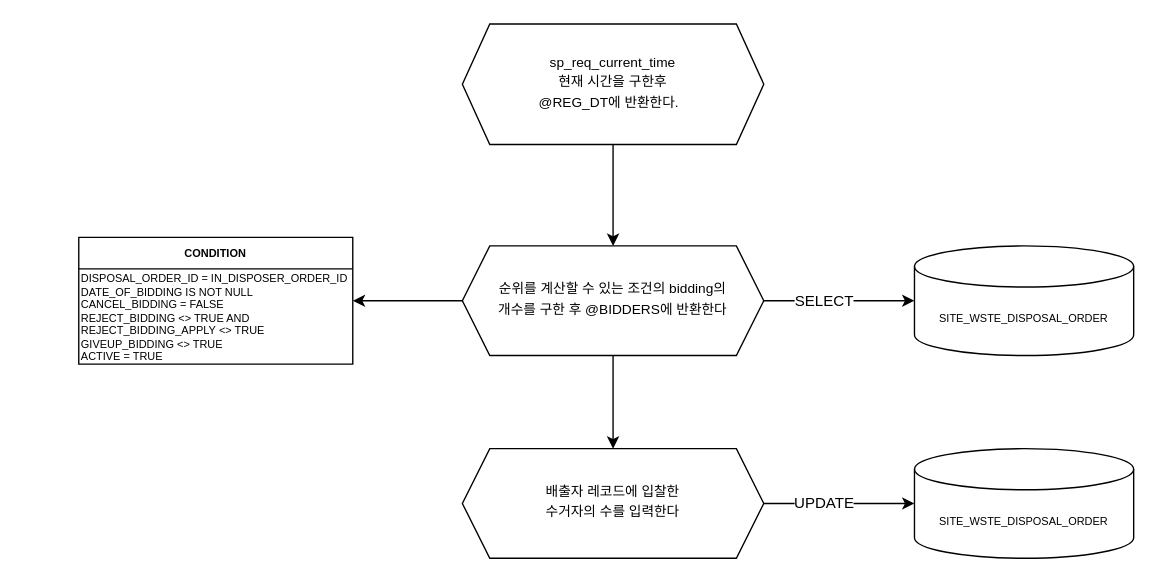
This is drawio/sp_calc_bidders.drawio from Leo-Nam/stored-procedures, a draw.io file, before an edit. Source tidied: cells renumbered, new cells numbered last; positions are measured from the earlier drawing's top-left corner, leaving out a move shared by most shapes. Both pictures are drawn from the tidied source at 137%, with x=0, y=0 at pixel (78, 23).
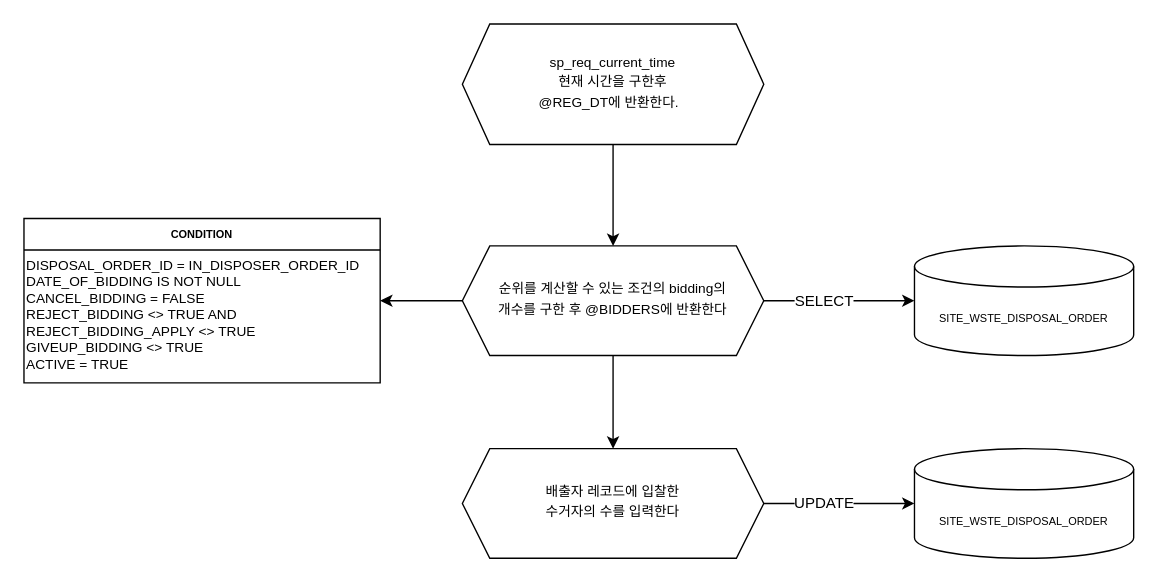
After the change.

Diff of the diagram source:
```diff
@@
 <mxGraphModel>
   <root>
     <mxCell id="0" />
     <mxCell id="1" parent="0" />
     <mxCell id="2" style="edgeStyle=orthogonalEdgeStyle;rounded=0;jettySize=auto;html=1;fontSize=8;" parent="1" edge="1" source="3" target="8">
       <mxGeometry relative="1" as="geometry" />
     </mxCell>
     <mxCell id="3" value="&lt;font style=&quot;font-size: 10px&quot;&gt;sp_req_current_time&lt;br&gt;현재 시간을 구한후&lt;br&gt;@REG_DT에 반환한다.&amp;nbsp;&amp;nbsp;&lt;/font&gt;" style="shape=hexagon;perimeter=hexagonPerimeter2;whiteSpace=wrap;html=1;fixedSize=1;shadow=0;strokeWidth=1;spacing=6;spacingTop=-4;" parent="1" vertex="1">
       <mxGeometry x="280" width="220" height="88" as="geometry" />
     </mxCell>
     <mxCell id="4" style="edgeStyle=none;html=1;" parent="1" edge="1" source="8" target="13">
       <mxGeometry relative="1" as="geometry" />
     </mxCell>
     <mxCell id="5" style="edgeStyle=none;html=1;" parent="1" edge="1" source="8" target="10">
       <mxGeometry relative="1" as="geometry" />
     </mxCell>
     <mxCell id="6" value="SELECT" style="edgeLabel;html=1;align=center;verticalAlign=middle;" parent="5" vertex="1">
       <mxGeometry x="-0.21" y="1" relative="1" as="geometry" />
     </mxCell>
     <mxCell id="7" style="edgeStyle=none;html=1;entryX=1;entryY=0.5;entryDx=0;entryDy=0;" parent="1" edge="1" source="8" target="15">
       <mxGeometry relative="1" as="geometry" />
     </mxCell>
     <mxCell id="8" value="&lt;span style=&quot;font-size: 10px&quot;&gt;순위를 계산할 수 있는 조건의 bidding의 &lt;br&gt;개수를 구한 후&amp;nbsp;@BIDDERS에 반환한다&lt;/span&gt;" style="shape=hexagon;perimeter=hexagonPerimeter2;whiteSpace=wrap;html=1;fixedSize=1;shadow=0;strokeWidth=1;spacing=6;spacingTop=-4;" parent="1" vertex="1">
       <mxGeometry x="280" y="162" width="220" height="80" as="geometry" />
     </mxCell>
     <mxCell id="9" style="edgeStyle=orthogonalEdgeStyle;html=1;entryX=0.5;entryY=1;entryDx=0;entryDy=0;fontSize=10;exitX=0.5;exitY=0;exitDx=0;exitDy=0;" parent="1" edge="1">
       <mxGeometry relative="1" as="geometry">
-        <mxPoint x="1070" y="590" as="targetPoint" />
+        <mxPoint x="1055" y="590" as="targetPoint" />
         <Array as="points">
-          <mxPoint x="250" />
-          <mxPoint x="1070" />
+          <mxPoint x="235" />
+          <mxPoint x="1055" />
         </Array>
       </mxGeometry>
     </mxCell>
     <mxCell id="10" value="SITE_WSTE_DISPOSAL_ORDER" style="shape=cylinder3;whiteSpace=wrap;html=1;boundedLbl=1;backgroundOutline=1;size=15;fontSize=8;" parent="1" vertex="1">
       <mxGeometry x="610" y="162" width="160" height="80" as="geometry" />
     </mxCell>
     <mxCell id="11" style="edgeStyle=none;html=1;" parent="1" edge="1" source="13" target="14">
       <mxGeometry relative="1" as="geometry" />
     </mxCell>
     <mxCell id="12" value="UPDATE" style="edgeLabel;html=1;align=center;verticalAlign=middle;" parent="11" vertex="1">
       <mxGeometry x="-0.21" y="1" relative="1" as="geometry" />
     </mxCell>
     <mxCell id="13" value="&lt;span style=&quot;font-size: 10px&quot;&gt;배출자 레코드에 입찰한 &lt;br&gt;수거자의 수를 입력한다&lt;/span&gt;" style="shape=hexagon;perimeter=hexagonPerimeter2;whiteSpace=wrap;html=1;fixedSize=1;shadow=0;strokeWidth=1;spacing=6;spacingTop=-4;" parent="1" vertex="1">
       <mxGeometry x="280" y="310" width="220" height="80" as="geometry" />
     </mxCell>
     <mxCell id="14" value="SITE_WSTE_DISPOSAL_ORDER" style="shape=cylinder3;whiteSpace=wrap;html=1;boundedLbl=1;backgroundOutline=1;size=15;fontSize=8;" parent="1" vertex="1">
       <mxGeometry x="610" y="310" width="160" height="80" as="geometry" />
     </mxCell>
     <mxCell id="15" value="CONDITION" style="swimlane;fontSize=8;" parent="1" vertex="1">
-      <mxGeometry y="155.8" width="200" height="92.5" as="geometry" />
+      <mxGeometry x="-40" y="142" width="260" height="120" as="geometry" />
     </mxCell>
-    <mxCell id="16" value="&lt;div style=&quot;font-size: 8px&quot;&gt;&lt;font style=&quot;font-size: 8px&quot;&gt;DISPOSAL_ORDER_ID =&amp;nbsp;IN_DISPOSER_ORDER_ID&amp;nbsp;&lt;/font&gt;&lt;/div&gt;&lt;div style=&quot;font-size: 8px&quot;&gt;&lt;font style=&quot;font-size: 8px&quot;&gt;&lt;span&gt;&#9;&#9;&lt;/span&gt;DATE_OF_BIDDING I&lt;span&gt;S NOT NULL&lt;/span&gt;&lt;/font&gt;&lt;/div&gt;&lt;div style=&quot;font-size: 8px&quot;&gt;&lt;font style=&quot;font-size: 8px&quot;&gt;&lt;span&gt;&#9;&#9;&lt;/span&gt;CANCEL_BIDDING&amp;nbsp;&lt;span&gt;= FALSE&lt;/span&gt;&lt;/font&gt;&lt;/div&gt;&lt;div style=&quot;font-size: 8px&quot;&gt;&lt;font style=&quot;font-size: 8px&quot;&gt;&lt;span&gt;&#9;&#9;&lt;/span&gt;REJECT_BIDDING&amp;nbsp;&lt;span&gt;&amp;lt;&amp;gt; TRUE AND&lt;/span&gt;&lt;/font&gt;&lt;/div&gt;&lt;div style=&quot;font-size: 8px&quot;&gt;&lt;font style=&quot;font-size: 8px&quot;&gt;REJECT_BIDDING_APPLY&amp;nbsp;&lt;span&gt;&amp;lt;&amp;gt; TRUE&lt;/span&gt;&lt;/font&gt;&lt;/div&gt;&lt;div style=&quot;font-size: 8px&quot;&gt;&lt;font style=&quot;font-size: 8px&quot;&gt;GIVEUP_BIDDING&amp;nbsp;&lt;span&gt;&amp;lt;&amp;gt; TRUE&lt;/span&gt;&lt;/font&gt;&lt;/div&gt;&lt;div style=&quot;font-size: 8px&quot;&gt;&lt;font style=&quot;font-size: 8px&quot;&gt;ACTIVE&amp;nbsp;= TRUE&lt;/font&gt;&lt;/div&gt;" style="text;html=1;align=left;verticalAlign=middle;strokeColor=none;fillColor=none;" parent="15" vertex="1">
-      <mxGeometry y="9" width="210" height="100" as="geometry" />
+    <mxCell id="16" value="&lt;div style=&quot;font-size: 10px&quot;&gt;&lt;font style=&quot;font-size: 10px&quot;&gt;DISPOSAL_ORDER_ID =&amp;nbsp;IN_DISPOSER_ORDER_ID&amp;nbsp;&lt;/font&gt;&lt;/div&gt;&lt;div style=&quot;font-size: 10px&quot;&gt;&lt;font style=&quot;font-size: 10px&quot;&gt;&lt;span&gt;&#9;&#9;&lt;/span&gt;DATE_OF_BIDDING I&lt;span&gt;S NOT NULL&lt;/span&gt;&lt;/font&gt;&lt;/div&gt;&lt;div style=&quot;font-size: 10px&quot;&gt;&lt;font style=&quot;font-size: 10px&quot;&gt;&lt;span&gt;&#9;&#9;&lt;/span&gt;CANCEL_BIDDING&amp;nbsp;&lt;span&gt;= FALSE&lt;/span&gt;&lt;/font&gt;&lt;/div&gt;&lt;div style=&quot;font-size: 10px&quot;&gt;&lt;font style=&quot;font-size: 10px&quot;&gt;&lt;span&gt;&#9;&#9;&lt;/span&gt;REJECT_BIDDING&amp;nbsp;&lt;span&gt;&amp;lt;&amp;gt; TRUE AND&lt;/span&gt;&lt;/font&gt;&lt;/div&gt;&lt;div style=&quot;font-size: 10px&quot;&gt;&lt;font style=&quot;font-size: 10px&quot;&gt;REJECT_BIDDING_APPLY&amp;nbsp;&lt;span&gt;&amp;lt;&amp;gt; TRUE&lt;/span&gt;&lt;/font&gt;&lt;/div&gt;&lt;div style=&quot;font-size: 10px&quot;&gt;&lt;font style=&quot;font-size: 10px&quot;&gt;GIVEUP_BIDDING&amp;nbsp;&lt;span&gt;&amp;lt;&amp;gt; TRUE&lt;/span&gt;&lt;/font&gt;&lt;/div&gt;&lt;div style=&quot;font-size: 10px&quot;&gt;&lt;font style=&quot;font-size: 10px&quot;&gt;ACTIVE&amp;nbsp;= TRUE&lt;/font&gt;&lt;/div&gt;" style="text;html=1;align=left;verticalAlign=middle;strokeColor=none;fillColor=none;" parent="15" vertex="1">
+      <mxGeometry y="20" width="260" height="100" as="geometry" />
     </mxCell>
   </root>
 </mxGraphModel>
```
